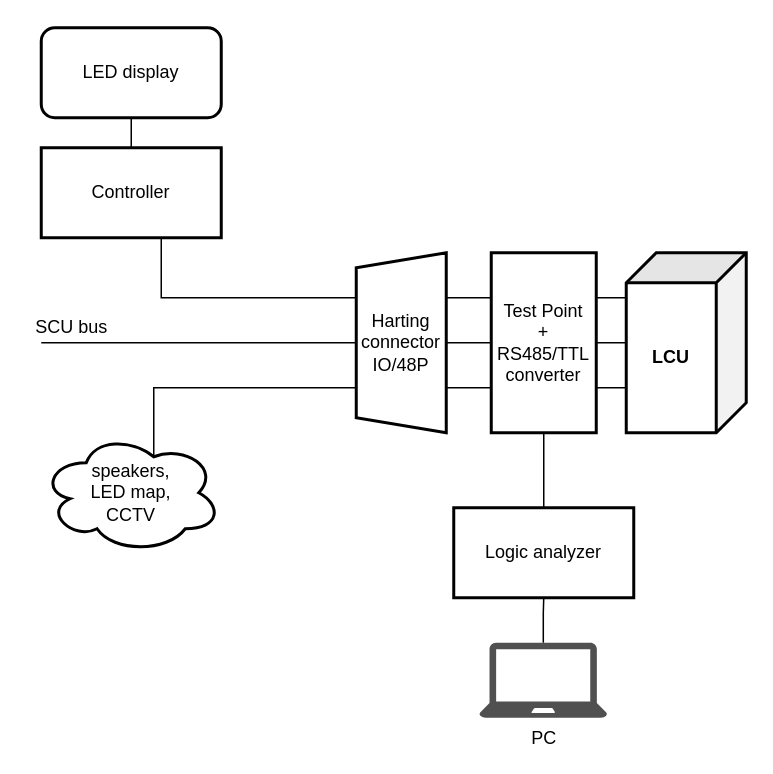
Above: Tesis/Pics/sniffingDiagram.drawio in charlieromano/PIDS (draw.io), before the change. Source tidied: cells renumbered, new cells numbered last; positions are measured from the earlier drawing's top-left corner, leaving out a move shared by most shapes. Both pictures are drawn from the tidied source at 150%, with x=0, y=0 at pixel (26, 27).
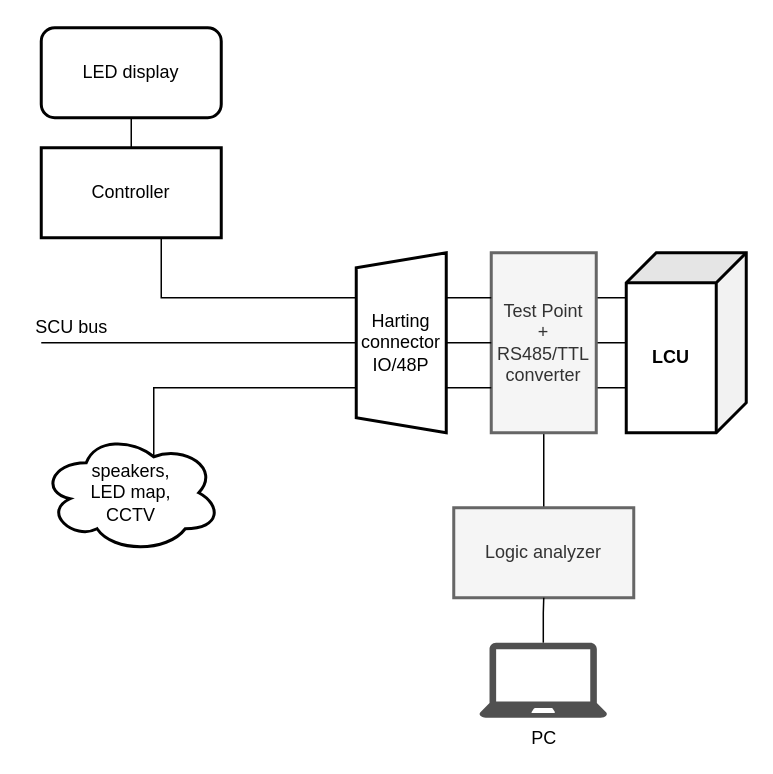
The same diagram, later.

Change to the diagram source:
```diff
@@
-    <mxCell id="6" value="&lt;div&gt;Test Point&lt;/div&gt;&lt;div&gt;+&lt;/div&gt;&lt;div&gt;RS485/TTL converter&lt;br&gt;&lt;/div&gt;" style="rounded=0;whiteSpace=wrap;html=1;direction=south;strokeWidth=2;" parent="1" vertex="1">
+    <mxCell id="6" value="&lt;div&gt;Test Point&lt;/div&gt;&lt;div&gt;+&lt;/div&gt;&lt;div&gt;RS485/TTL converter&lt;br&gt;&lt;/div&gt;" style="rounded=0;whiteSpace=wrap;html=1;direction=south;strokeWidth=2;fillColor=#f5f5f5;strokeColor=#666666;fontColor=#333333;" parent="1" vertex="1">
       <mxGeometry x="310" y="150" width="70" height="120" as="geometry" />
     </mxCell>
@@
-    <mxCell id="19" value="Logic analyzer" style="rounded=0;whiteSpace=wrap;html=1;strokeWidth=2;" parent="1" vertex="1">
+    <mxCell id="19" value="Logic analyzer" style="rounded=0;whiteSpace=wrap;html=1;strokeWidth=2;fillColor=#f5f5f5;strokeColor=#666666;fontColor=#333333;" parent="1" vertex="1">
       <mxGeometry x="285" y="320" width="120" height="60" as="geometry" />
     </mxCell>
```
